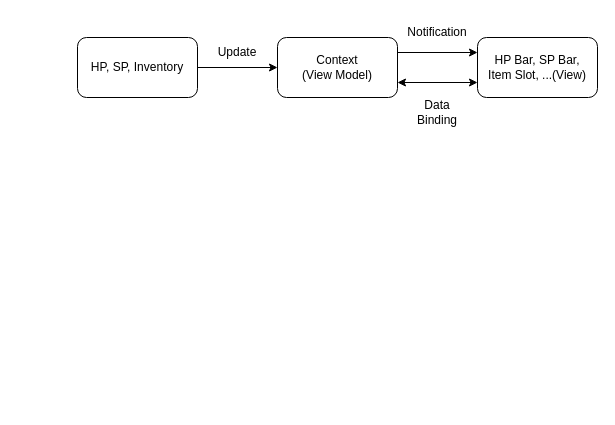
Before: Document/UML.drawio in jljl73/CrescentHunter, a draw.io diagram. Source tidied: cells renumbered, new cells numbered last; positions are measured from the earlier drawing's top-left corner, leaving out a move shared by most shapes. Both pictures are drawn from the tidied source at 100%, with x=0, y=0 at pixel (77, 17).
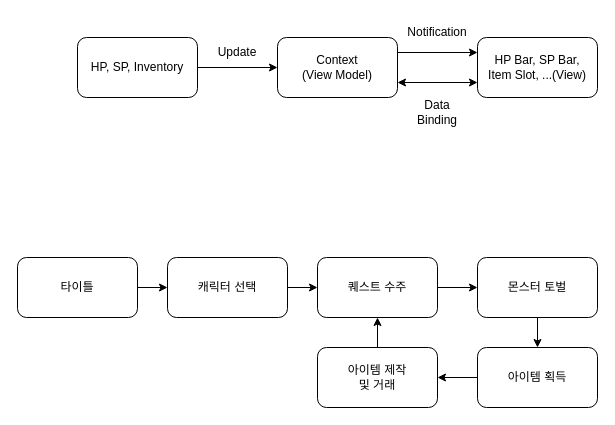
Above is the later version.

What changed in the source:
```diff
@@
+    <mxCell id="11" style="edgeStyle=orthogonalEdgeStyle;rounded=0;jettySize=auto;html=1;" parent="1" edge="1" source="12" target="14">
+      <mxGeometry relative="1" as="geometry" />
+    </mxCell>
+    <mxCell id="12" value="타이틀" style="rounded=1;whiteSpace=wrap;html=1;" parent="1" vertex="1">
+      <mxGeometry x="-60" y="240" width="120" height="60" as="geometry" />
+    </mxCell>
+    <mxCell id="13" style="edgeStyle=orthogonalEdgeStyle;rounded=0;jettySize=auto;html=1;entryX=0;entryY=0.5;entryDx=0;entryDy=0;" parent="1" edge="1" source="14" target="16">
+      <mxGeometry relative="1" as="geometry" />
+    </mxCell>
+    <mxCell id="14" value="캐릭터 선택" style="rounded=1;whiteSpace=wrap;html=1;" parent="1" vertex="1">
+      <mxGeometry x="90" y="240" width="120" height="60" as="geometry" />
+    </mxCell>
+    <mxCell id="15" style="edgeStyle=orthogonalEdgeStyle;rounded=0;jettySize=auto;html=1;" parent="1" edge="1" source="16" target="18">
+      <mxGeometry relative="1" as="geometry" />
+    </mxCell>
+    <mxCell id="16" value="퀘스트 수주" style="rounded=1;whiteSpace=wrap;html=1;" parent="1" vertex="1">
+      <mxGeometry x="240" y="240" width="120" height="60" as="geometry" />
+    </mxCell>
+    <mxCell id="17" style="edgeStyle=orthogonalEdgeStyle;rounded=0;jettySize=auto;html=1;" parent="1" edge="1" source="18" target="20">
+      <mxGeometry relative="1" as="geometry" />
+    </mxCell>
+    <mxCell id="18" value="몬스터 토벌" style="rounded=1;whiteSpace=wrap;html=1;" parent="1" vertex="1">
+      <mxGeometry x="400" y="240" width="120" height="60" as="geometry" />
+    </mxCell>
+    <mxCell id="19" style="edgeStyle=orthogonalEdgeStyle;rounded=0;jettySize=auto;html=1;entryX=1;entryY=0.5;entryDx=0;entryDy=0;" parent="1" edge="1" source="20" target="22">
+      <mxGeometry relative="1" as="geometry" />
+    </mxCell>
+    <mxCell id="20" value="아이템 획득" style="rounded=1;whiteSpace=wrap;html=1;" parent="1" vertex="1">
+      <mxGeometry x="400" y="330" width="120" height="60" as="geometry" />
+    </mxCell>
+    <mxCell id="21" style="edgeStyle=orthogonalEdgeStyle;rounded=0;jettySize=auto;html=1;" parent="1" edge="1" source="22" target="16">
+      <mxGeometry relative="1" as="geometry" />
+    </mxCell>
+    <mxCell id="22" value="아이템 제작 &lt;br&gt;및 거래" style="rounded=1;whiteSpace=wrap;html=1;" parent="1" vertex="1">
+      <mxGeometry x="240" y="330" width="120" height="60" as="geometry" />
+    </mxCell>
```
